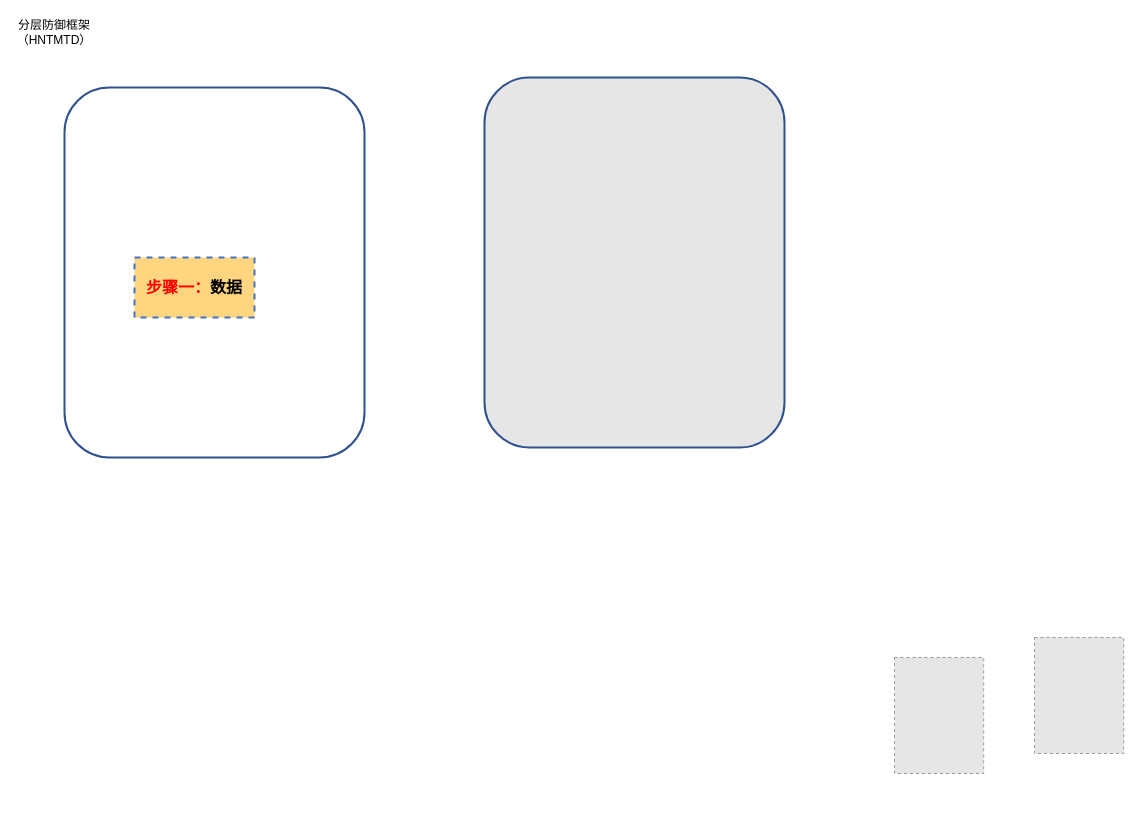
weyg0/Diagrams keeps this draw.io diagram as 毕业论文4-2.drawio. Above is the earlier version. Source tidied: cells renumbered, new cells numbered last; positions are measured from the earlier drawing's top-left corner, leaving out a move shared by most shapes. Both pictures are drawn from the tidied source at 100%, with x=0, y=0 at pixel (24, 17). Pictures stored in the file or linked from it are replaced by grey dashed boxes.
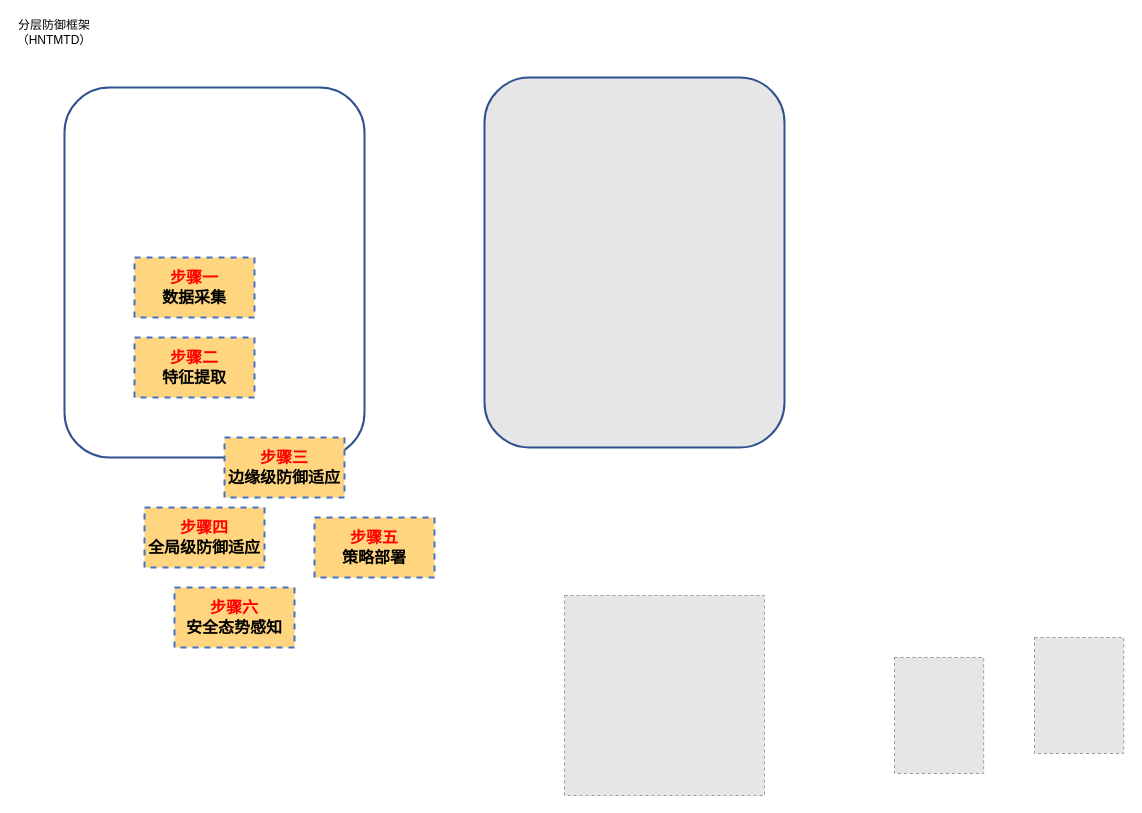
Above is the later version.

Commit message (it also covers changes not shown here):
更新毕业论文4-2.drawio

The edit, as a diff of the source:
```diff
@@
 <mxGraphModel>
   <root>
     <mxCell id="0" />
     <mxCell id="1" parent="0" />
     <mxCell id="2" style="rounded=1;whiteSpace=wrap;html=1;strokeWidth=2;strokeColor=#2F528F;" parent="1" vertex="1">
       <mxGeometry x="40" y="70" width="300" height="370" as="geometry" />
     </mxCell>
     <mxCell id="3" style="rounded=1;whiteSpace=wrap;html=1;fillColor=#E7E6E6;fontColor=#333333;strokeColor=#2F528F;strokeWidth=2;" parent="1" vertex="1">
       <mxGeometry x="460" y="60" width="300" height="370" as="geometry" />
     </mxCell>
-    <mxCell id="4" value="&lt;font&gt;&lt;span&gt;&lt;font style=&quot;color: rgb(255, 0, 0);&quot;&gt;步骤一&lt;/font&gt;&lt;/span&gt;&lt;font style=&quot;color: rgb(255, 0, 0);&quot;&gt;：&lt;/font&gt;&lt;/font&gt;&lt;span&gt;数据&lt;/span&gt;" style="rounded=0;whiteSpace=wrap;html=1;dashed=1;fillColor=light-dark(#ffd57f, #ededed);strokeColor=#4472C4;strokeWidth=2;fontStyle=1;fontSize=16;" parent="1" vertex="1">
+    <mxCell id="4" value="&lt;font&gt;&lt;span&gt;&lt;font style=&quot;color: rgb(255, 0, 0);&quot;&gt;步骤一&lt;/font&gt;&lt;/span&gt;&lt;/font&gt;&lt;div&gt;&lt;span&gt;数据采集&lt;/span&gt;&lt;/div&gt;" style="rounded=0;whiteSpace=wrap;html=1;dashed=1;fillColor=light-dark(#ffd57f, #ededed);strokeColor=#4472C4;strokeWidth=2;fontStyle=1;fontSize=16;" parent="1" vertex="1">
       <mxGeometry x="110" y="240" width="120" height="60" as="geometry" />
     </mxCell>
     <mxCell id="5" value="分层防御框架（HNTMTD）" style="text;html=1;align=center;verticalAlign=middle;whiteSpace=wrap;rounded=0;" parent="1" vertex="1">
       <mxGeometry width="60" height="30" as="geometry" />
     </mxCell>
     <mxCell id="6" style="fillColor=#E6E6E6;strokeColor=#999999;dashed=1;verticalLabelPosition=bottom;labelBackgroundColor=default;verticalAlign=top;" parent="1" vertex="1">
       <mxGeometry x="870" y="640" width="89.2" height="116" as="geometry" />
     </mxCell>
     <mxCell id="7" style="fillColor=#E6E6E6;strokeColor=#999999;dashed=1;verticalLabelPosition=bottom;labelBackgroundColor=default;verticalAlign=top;" parent="1" vertex="1">
       <mxGeometry x="1010" y="620" width="89.2" height="116" as="geometry" />
     </mxCell>
+    <mxCell id="8" style="fillColor=#E6E6E6;strokeColor=#999999;dashed=1;verticalLabelPosition=bottom;labelBackgroundColor=default;verticalAlign=top;" parent="1" vertex="1">
+      <mxGeometry x="540" y="578" width="200" height="200" as="geometry" />
+    </mxCell>
+    <mxCell id="9" value="&lt;font&gt;&lt;span&gt;&lt;font style=&quot;color: rgb(255, 0, 0);&quot;&gt;步骤二&lt;/font&gt;&lt;/span&gt;&lt;/font&gt;&lt;div&gt;&lt;span&gt;特征提取&lt;/span&gt;&lt;/div&gt;" style="rounded=0;whiteSpace=wrap;html=1;dashed=1;fillColor=light-dark(#ffd57f, #ededed);strokeColor=#4472C4;strokeWidth=2;fontStyle=1;fontSize=16;" parent="1" vertex="1">
+      <mxGeometry x="110" y="320" width="120" height="60" as="geometry" />
+    </mxCell>
+    <mxCell id="10" value="&lt;font&gt;&lt;span&gt;&lt;font style=&quot;color: rgb(255, 0, 0);&quot;&gt;步骤三&lt;/font&gt;&lt;/span&gt;&lt;/font&gt;&lt;div&gt;&lt;span&gt;边缘级防御适应&lt;/span&gt;&lt;/div&gt;" style="rounded=0;whiteSpace=wrap;html=1;dashed=1;fillColor=light-dark(#ffd57f, #ededed);strokeColor=#4472C4;strokeWidth=2;fontStyle=1;fontSize=16;" parent="1" vertex="1">
+      <mxGeometry x="200" y="420" width="120" height="60" as="geometry" />
+    </mxCell>
+    <mxCell id="11" value="&lt;font&gt;&lt;span&gt;&lt;font style=&quot;color: rgb(255, 0, 0);&quot;&gt;步骤四&lt;/font&gt;&lt;/span&gt;&lt;/font&gt;&lt;div&gt;&lt;span&gt;全局级防御适应&lt;/span&gt;&lt;/div&gt;" style="rounded=0;whiteSpace=wrap;html=1;dashed=1;fillColor=light-dark(#ffd57f, #ededed);strokeColor=#4472C4;strokeWidth=2;fontStyle=1;fontSize=16;" parent="1" vertex="1">
+      <mxGeometry x="120" y="490" width="120" height="60" as="geometry" />
+    </mxCell>
+    <mxCell id="12" value="&lt;font&gt;&lt;span&gt;&lt;font style=&quot;color: rgb(255, 0, 0);&quot;&gt;步骤五&lt;/font&gt;&lt;/span&gt;&lt;/font&gt;&lt;div&gt;&lt;span&gt;策略部署&lt;/span&gt;&lt;/div&gt;" style="rounded=0;whiteSpace=wrap;html=1;dashed=1;fillColor=light-dark(#ffd57f, #ededed);strokeColor=#4472C4;strokeWidth=2;fontStyle=1;fontSize=16;" parent="1" vertex="1">
+      <mxGeometry x="290" y="500" width="120" height="60" as="geometry" />
+    </mxCell>
+    <mxCell id="13" value="&lt;font&gt;&lt;span&gt;&lt;font style=&quot;color: rgb(255, 0, 0);&quot;&gt;步骤六&lt;/font&gt;&lt;/span&gt;&lt;/font&gt;&lt;div&gt;&lt;span&gt;安全态势感知&lt;/span&gt;&lt;/div&gt;" style="rounded=0;whiteSpace=wrap;html=1;dashed=1;fillColor=light-dark(#ffd57f, #ededed);strokeColor=#4472C4;strokeWidth=2;fontStyle=1;fontSize=16;" parent="1" vertex="1">
+      <mxGeometry x="150" y="570" width="120" height="60" as="geometry" />
+    </mxCell>
   </root>
 </mxGraphModel>
```
